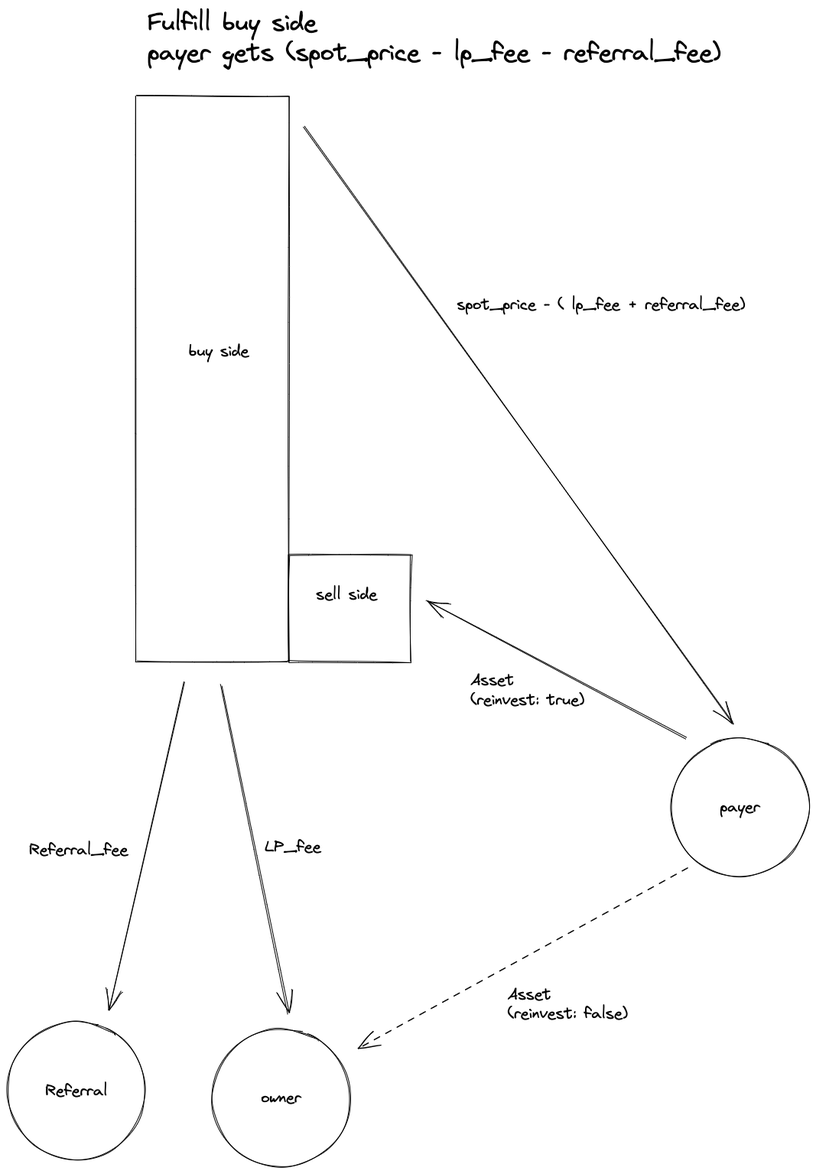
Before: docs/fulfill_buy.excalidraw.png, a diagram exported from Excalidraw (me-foundation/mmm). Source tidied: one line per element, renumbered; positions are measured from the earlier drawing's top-left corner, leaving out a move shared by most shapes. The source it was exported from:
```json
{"id": 0, "type": "rectangle", "strokeColor": "#000000", "strokeWidth": 1, "roughness": 1, "x": 168, "y": 116, "width": 200, "height": 740}
{"id": 1, "type": "rectangle", "strokeColor": "#000000", "strokeWidth": 1, "roughness": 1, "x": 368, "y": 716, "width": 160, "height": 140}
{"id": 2, "type": "text", "text": "buy side", "strokeColor": "#000000", "strokeWidth": 1, "roughness": 1, "fontSize": 20, "fontFamily": 1, "x": 237, "y": 437, "width": 80, "height": 25}
{"id": 3, "type": "text", "text": "sell side", "strokeColor": "#000000", "strokeWidth": 1, "roughness": 1, "fontSize": 20, "fontFamily": 1, "x": 403, "y": 755, "width": 82, "height": 25}
{"id": 4, "type": "ellipse", "strokeColor": "#000000", "strokeWidth": 1, "roughness": 1, "x": 268, "y": 1336, "width": 180, "height": 180}
{"id": 5, "type": "text", "text": "owner", "strokeColor": "#000000", "strokeWidth": 1, "roughness": 1, "fontSize": 20, "fontFamily": 1, "textAlign": "center", "verticalAlign": "middle", "inside": 4, "x": 331, "y": 1413, "width": 54, "height": 25}
{"id": 6, "type": "ellipse", "strokeColor": "#000000", "strokeWidth": 1, "roughness": 1, "x": 868, "y": 956, "width": 180, "height": 180}
{"id": 7, "type": "text", "text": "payer", "strokeColor": "#000000", "strokeWidth": 1, "roughness": 1, "fontSize": 20, "fontFamily": 1, "textAlign": "center", "verticalAlign": "middle", "inside": 6, "x": 931, "y": 1033, "width": 54, "height": 25}
{"id": 8, "type": "arrow", "strokeColor": "#000000", "strokeWidth": 1, "roughness": 1, "endArrowhead": "arrow", "from": 0, "to": 6, "x": 388, "y": 156, "width": 560, "height": 780, "points": [[0, 0], [560, 780]]}
{"id": 9, "type": "text", "text": "spot_price - ( lp_fee + referral_fee)", "strokeColor": "#000000", "strokeWidth": 1, "roughness": 1, "fontSize": 20, "fontFamily": 1, "x": 588, "y": 376, "width": 379, "height": 25}
{"id": 10, "type": "arrow", "strokeColor": "#000000", "strokeWidth": 1, "roughness": 1, "endArrowhead": "arrow", "from": 6, "to": 1, "x": 888, "y": 956, "width": 340, "height": 180, "points": [[0, 0], [-340, -180]]}
{"id": 11, "type": "text", "text": "Asset\n(reinvest: true)", "strokeColor": "#000000", "strokeWidth": 1, "roughness": 1, "fontSize": 20, "fontFamily": 1, "x": 605, "y": 868, "width": 150, "height": 51}
{"id": 12, "type": "arrow", "strokeColor": "#000000", "strokeWidth": 1, "roughness": 1, "endArrowhead": "arrow", "from": 0, "to": 4, "x": 279, "y": 885, "width": 88, "height": 430, "points": [[0, 0], [88, 430]]}
{"id": 13, "type": "text", "text": "LP_fee", "strokeColor": "#000000", "strokeWidth": 1, "roughness": 1, "fontSize": 20, "fontFamily": 1, "x": 336, "y": 1085, "width": 75, "height": 25}
{"id": 14, "type": "ellipse", "strokeColor": "#000000", "strokeWidth": 1, "roughness": 1, "x": 0, "y": 1326, "width": 180, "height": 180}
{"id": 15, "type": "text", "text": "Referral", "strokeColor": "#000000", "strokeWidth": 1, "roughness": 1, "fontSize": 20, "fontFamily": 1, "textAlign": "center", "verticalAlign": "middle", "inside": 14, "x": 48, "y": 1404, "width": 83, "height": 25}
{"id": 16, "type": "arrow", "strokeColor": "#000000", "strokeWidth": 1, "roughness": 1, "endArrowhead": "arrow", "from": 0, "to": 14, "x": 230, "y": 881, "width": 98, "height": 430, "points": [[0, 0], [-98, 430]]}
{"id": 17, "type": "text", "text": "Referral_fee", "strokeColor": "#000000", "strokeWidth": 1, "roughness": 1, "fontSize": 20, "fontFamily": 1, "x": 28, "y": 1089, "width": 131, "height": 25}
{"id": 18, "type": "arrow", "strokeColor": "#000000", "strokeWidth": 1, "strokeStyle": "dashed", "roughness": 1, "endArrowhead": "arrow", "from": 6, "to": 4, "x": 888, "y": 1124, "width": 431, "height": 239, "points": [[0, 0], [-431, 239]]}
{"id": 19, "type": "text", "text": "Asset\n(reinvest: false)", "strokeColor": "#000000", "strokeWidth": 1, "roughness": 1, "fontSize": 20, "fontFamily": 1, "x": 654, "y": 1278, "width": 158, "height": 51}
{"id": 20, "type": "text", "text": "Fulfill buy side\npayer gets (spot_price - lp_fee - referral_fee)", "strokeColor": "#000000", "strokeWidth": 1, "strokeStyle": "dashed", "roughness": 1, "fontSize": 31.4, "fontFamily": 1, "x": 183, "y": 0, "width": 751, "height": 79}
```
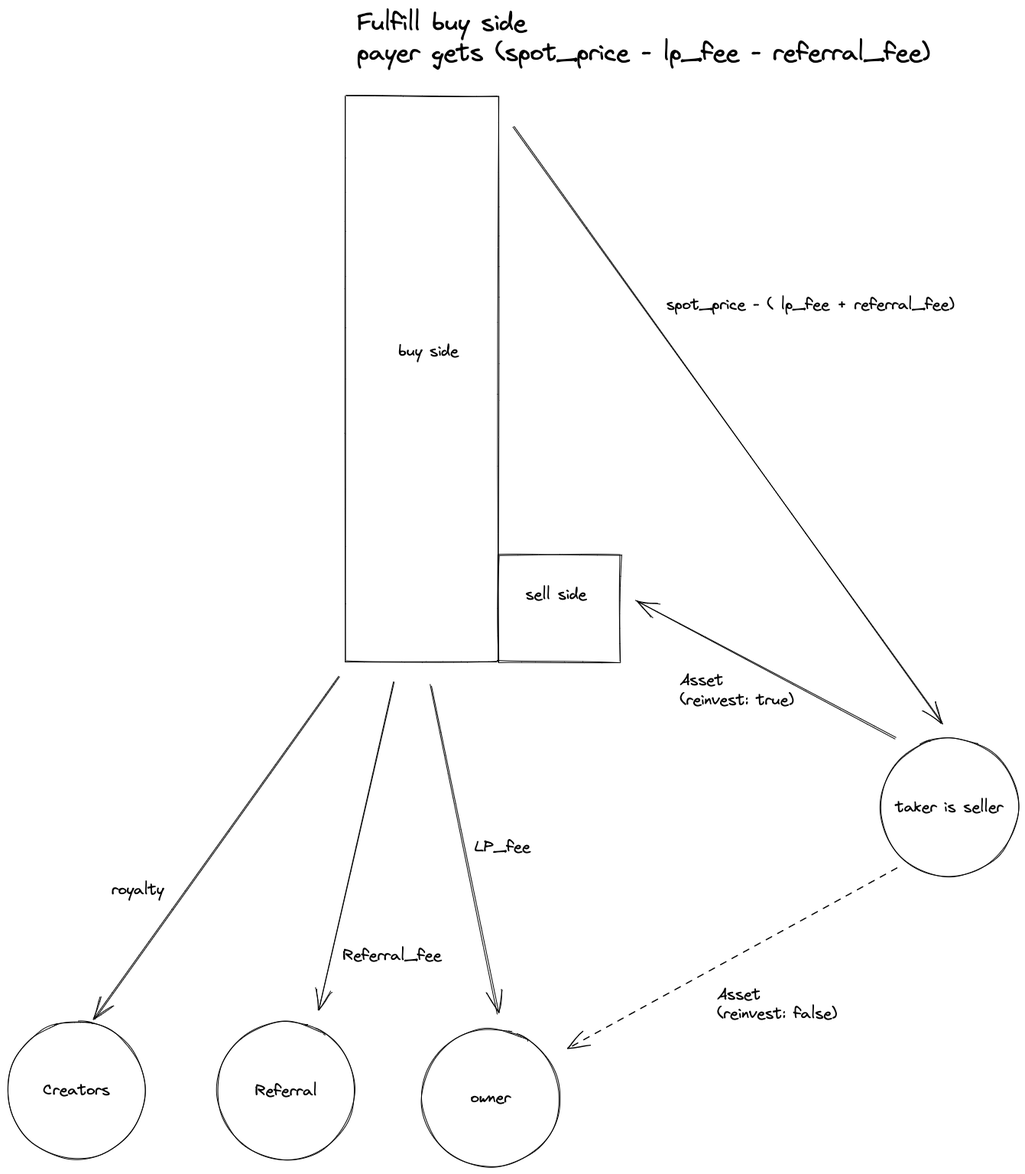
Above is the later version.

What changed in the source:
```diff
@@ -5,7 +5,7 @@
 {"id": 4, "type": "ellipse", "strokeColor": "#000000", "strokeWidth": 1, "roughness": 1, "x": 268, "y": 1336, "width": 180, "height": 180}
 {"id": 5, "type": "text", "text": "owner", "strokeColor": "#000000", "strokeWidth": 1, "roughness": 1, "fontSize": 20, "fontFamily": 1, "textAlign": "center", "verticalAlign": "middle", "inside": 4, "x": 331, "y": 1413, "width": 54, "height": 25}
 {"id": 6, "type": "ellipse", "strokeColor": "#000000", "strokeWidth": 1, "roughness": 1, "x": 868, "y": 956, "width": 180, "height": 180}
-{"id": 7, "type": "text", "text": "payer", "strokeColor": "#000000", "strokeWidth": 1, "roughness": 1, "fontSize": 20, "fontFamily": 1, "textAlign": "center", "verticalAlign": "middle", "inside": 6, "x": 931, "y": 1033, "width": 54, "height": 25}
+{"id": 7, "type": "text", "text": "taker is seller", "strokeColor": "#000000", "strokeWidth": 1, "roughness": 1, "fontSize": 20, "fontFamily": 1, "textAlign": "center", "verticalAlign": "middle", "inside": 6, "x": 873, "y": 1033, "width": 170, "height": 25}
 {"id": 8, "type": "arrow", "strokeColor": "#000000", "strokeWidth": 1, "roughness": 1, "endArrowhead": "arrow", "from": 0, "to": 6, "x": 388, "y": 156, "width": 560, "height": 780, "points": [[0, 0], [560, 780]]}
 {"id": 9, "type": "text", "text": "spot_price - ( lp_fee + referral_fee)", "strokeColor": "#000000", "strokeWidth": 1, "roughness": 1, "fontSize": 20, "fontFamily": 1, "x": 588, "y": 376, "width": 379, "height": 25}
 {"id": 10, "type": "arrow", "strokeColor": "#000000", "strokeWidth": 1, "roughness": 1, "endArrowhead": "arrow", "from": 6, "to": 1, "x": 888, "y": 956, "width": 340, "height": 180, "points": [[0, 0], [-340, -180]]}
@@ -15,7 +15,11 @@
 {"id": 14, "type": "ellipse", "strokeColor": "#000000", "strokeWidth": 1, "roughness": 1, "x": 0, "y": 1326, "width": 180, "height": 180}
 {"id": 15, "type": "text", "text": "Referral", "strokeColor": "#000000", "strokeWidth": 1, "roughness": 1, "fontSize": 20, "fontFamily": 1, "textAlign": "center", "verticalAlign": "middle", "inside": 14, "x": 48, "y": 1404, "width": 83, "height": 25}
 {"id": 16, "type": "arrow", "strokeColor": "#000000", "strokeWidth": 1, "roughness": 1, "endArrowhead": "arrow", "from": 0, "to": 14, "x": 230, "y": 881, "width": 98, "height": 430, "points": [[0, 0], [-98, 430]]}
-{"id": 17, "type": "text", "text": "Referral_fee", "strokeColor": "#000000", "strokeWidth": 1, "roughness": 1, "fontSize": 20, "fontFamily": 1, "x": 28, "y": 1089, "width": 131, "height": 25}
+{"id": 17, "type": "text", "text": "Referral_fee", "strokeColor": "#000000", "strokeWidth": 1, "roughness": 1, "fontSize": 20, "fontFamily": 1, "x": 164, "y": 1227, "width": 131, "height": 25}
 {"id": 18, "type": "arrow", "strokeColor": "#000000", "strokeWidth": 1, "strokeStyle": "dashed", "roughness": 1, "endArrowhead": "arrow", "from": 6, "to": 4, "x": 888, "y": 1124, "width": 431, "height": 239, "points": [[0, 0], [-431, 239]]}
 {"id": 19, "type": "text", "text": "Asset\n(reinvest: false)", "strokeColor": "#000000", "strokeWidth": 1, "roughness": 1, "fontSize": 20, "fontFamily": 1, "x": 654, "y": 1278, "width": 158, "height": 51}
 {"id": 20, "type": "text", "text": "Fulfill buy side\npayer gets (spot_price - lp_fee - referral_fee)", "strokeColor": "#000000", "strokeWidth": 1, "strokeStyle": "dashed", "roughness": 1, "fontSize": 31.4, "fontFamily": 1, "x": 183, "y": 0, "width": 751, "height": 79}
+{"id": 21, "type": "ellipse", "strokeColor": "#000000", "strokeWidth": 1, "roughness": 1, "x": -274, "y": 1325, "width": 180, "height": 180}
+{"id": 22, "type": "text", "text": "Creators", "strokeColor": "#000000", "strokeWidth": 1, "roughness": 1, "fontSize": 20, "fontFamily": 1, "textAlign": "center", "verticalAlign": "middle", "inside": 21, "x": -269, "y": 1403, "width": 170, "height": 25}
+{"id": 23, "type": "arrow", "strokeColor": "#000000", "strokeWidth": 1, "roughness": 1, "endArrowhead": "arrow", "from": 0, "to": 21, "x": 160, "y": 874, "width": 320, "height": 448, "points": [[0, 0], [-320, 448]]}
+{"id": 24, "type": "text", "text": "royalty", "strokeColor": "#000000", "strokeWidth": 1, "roughness": 1, "fontSize": 20, "fontFamily": 1, "x": -138, "y": 1141, "width": 69, "height": 25}
```
